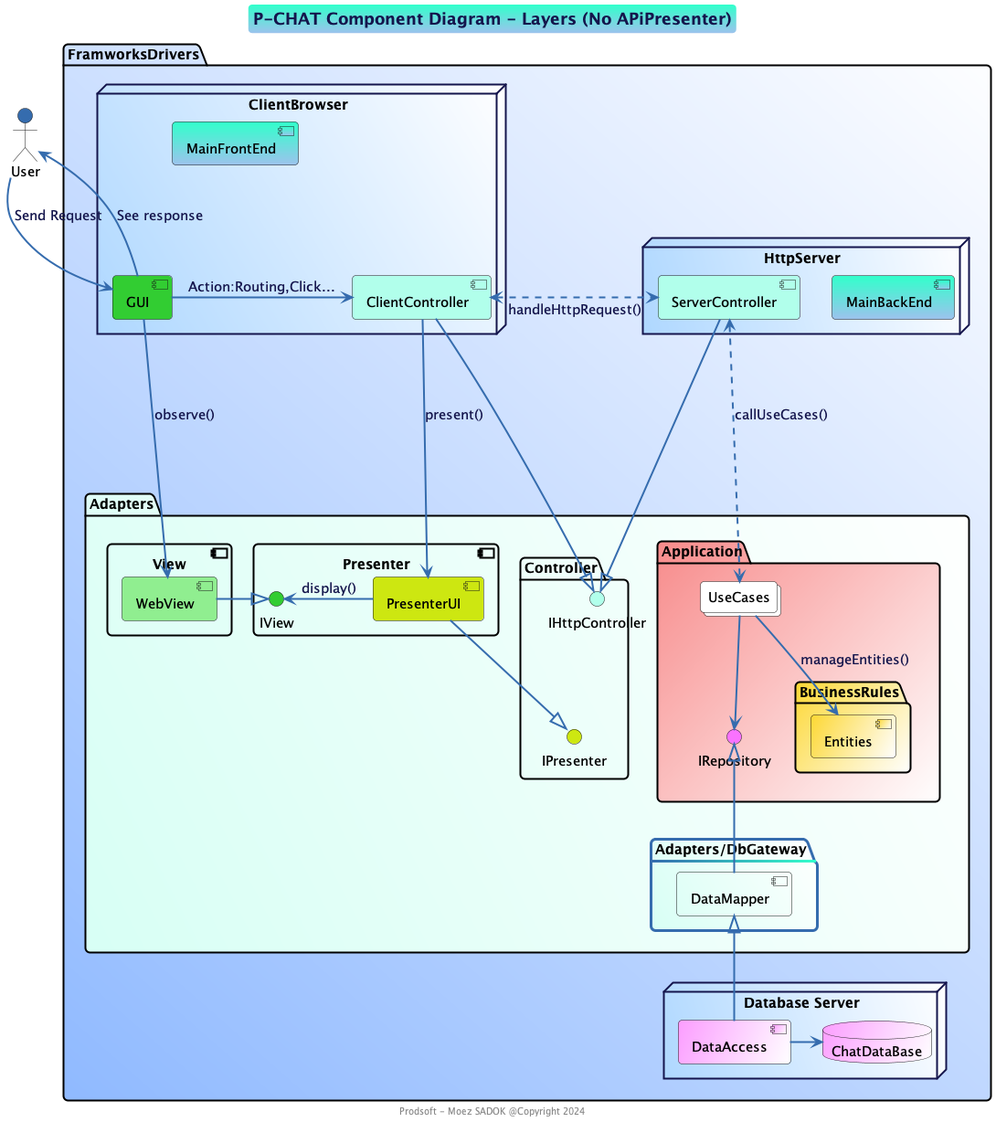
The PlantUML diagram out/docs/design/component-diagram-layers-no-api-presenter-no-notif/component-diagram-layers-no-api-presenter-no-notif.png in moez-sadok/chat-clean-architecture, before a commit.
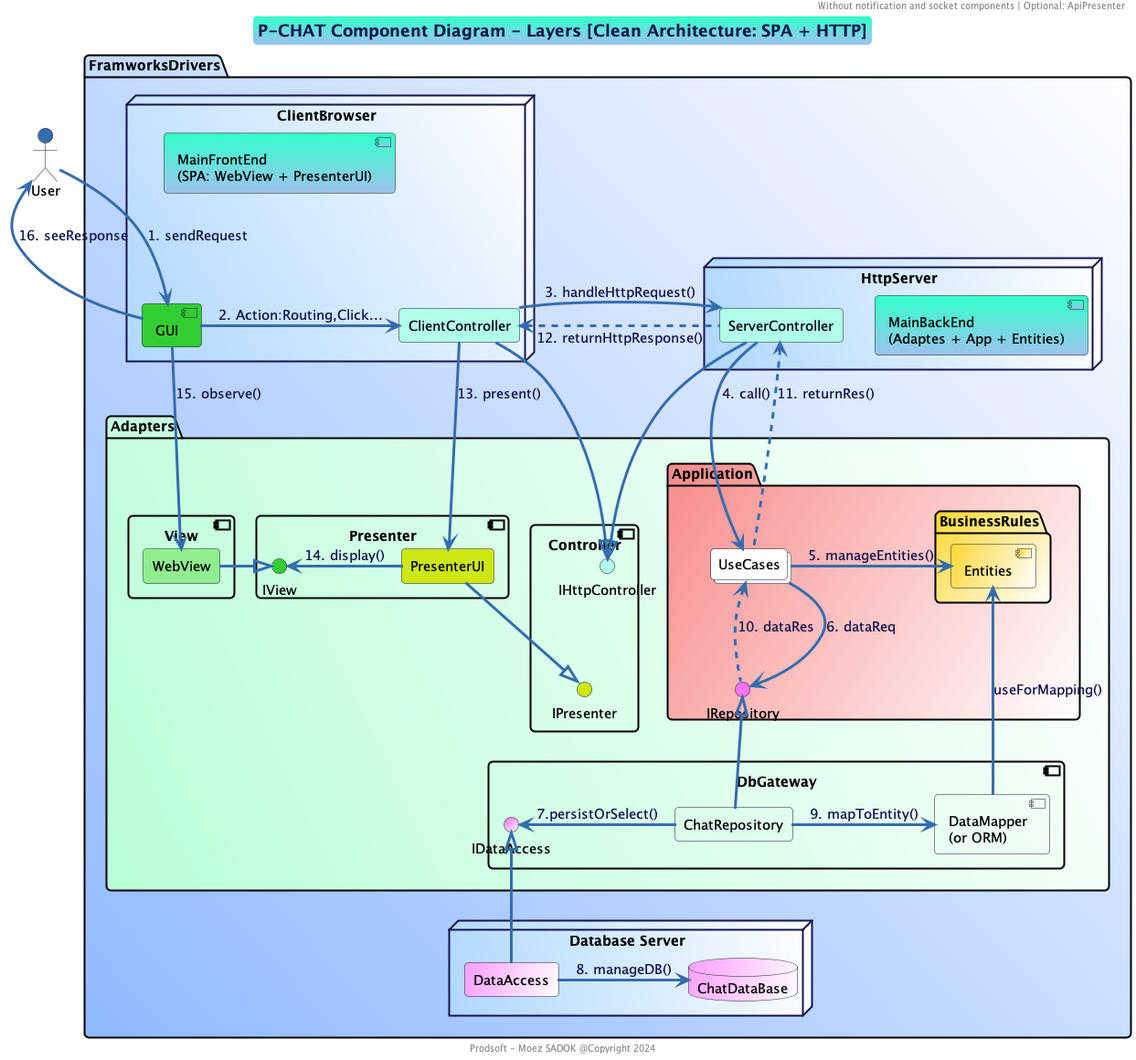
The same diagram one commit later.

Commit message:
[Docs] CA on spa and http v1

What changed in the source:
```diff
@@ -2,7 +2,8 @@
 
 !include prodsoft.wsd
 
-title P-CHAT Component Diagram - Layers (No APiPresenter)
+title P-CHAT Component Diagram - Layers [Clean Architecture: SPA + HTTP]
+header  Without notification and socket components | Optional: ApiPresenter
 footer Prodsoft - Moez SADOK @Copyright 2024
 
 actor User $SECONDARY
@@ -10,14 +11,14 @@
 package "FramworksDrivers" #90baff\White;line:Black;line.bold {
 
     node "ClientBrowser" #afd8ff\White  {
-        [MainFrontEnd]
-        [ClientController] $PRIMARY_LIGHT
+
+        component [MainFrontEnd\n(SPA: WebView + PresenterUI)] as MainFrontEnd
+        rectangle  ClientController $PRIMARY_LIGHT
         [GUI] #LimeGreen
         MainFrontEnd -[hidden]- GUI
-
     }
 
-    package "Adapters" #d8fff5\White;line:Black;line.bold {
+    package "Adapters" #baffd8\White;line:Black;line.bold {
 
         package "Application" #f88c8c/White;line:Black;line.bold {
             interface IRepository #fa72ff
@@ -29,60 +30,69 @@
 
         }
 
-        package "Adapters/DbGateway" #d8fff5\White {
-            [DataMapper] #transparent
+        component "DbGateway" #transparent;line:Black;line.bold {
+            interface IDataAccess #fa72ff/White
+            rectangle ChatRepository #transparent
+            rectangle [DataMapper\n(or ORM)] as DataMapper #transparent
         }
 
-        package Controller #transparent;line:Black;line.bold{
+        component Controller #transparent;line:Black;line.bold{
             interface IHttpController  $PRIMARY_LIGHT
             interface IPresenter #CDE711
         }
 
         component Presenter #transparent;line:Black;line.bold{
             interface IView #LimeGreen
-            [PresenterUI] #CDE711
+            rectangle PresenterUI #CDE711
         }
 
         component View #transparent;line:Black;line.bold{
-            [WebView] #LightGreen
+            rectangle  WebView #LightGreen
         }
     }
 
     node "HttpServer" #afd8ff\White {
-        [MainBackEnd]
-        [ServerController]  $PRIMARY_LIGHT
+         component [MainBackEnd\n(Adaptes + App + Entities)] as MainBackEnd
+        rectangle ServerController  $PRIMARY_LIGHT
     }
 
     node "Database Server" #afd8ff\White {
         database ChatDataBase #fc9eff/White
-        component DataAccess #fc9eff/White
+        rectangle DataAccess #fc9eff/White
     }
 
 }
 
+
 Application -left[hidden]- IHttpController
 
-User -right-> GUI : Send Request
-GUI -right-> ClientController : Action:Routing,Click...
-GUI -down-> WebView : observe()
+User -right-> GUI : 1. sendRequest
+GUI -right-> ClientController : 2. Action:Routing,Click...
+ClientController <.right. ServerController : 12. returnHttpResponse()
+ClientController -right-> ServerController : 3. handleHttpRequest()
+ServerController -down-> UseCases : 4. call()
+ServerController <.down. UseCases : 11. returnRes()
+UseCases -right-> Entities  : 5. manageEntities()
+
+GUI -down-> WebView : 15. observe()
 PresenterUI --|>  IPresenter
 WebView -right-|> IView
 ClientController -down-|>  IHttpController
 
-ClientController --> PresenterUI  : present()
-IView <-right- PresenterUI : display()
-GUI  -up-> User : See response
+ClientController --> PresenterUI  : 13. present()
+IView <-right- PresenterUI : 14. display()
+GUI  -up-> User : 16. seeResponse
 IPresenter  -up[hidden]- IHttpController
 
 ServerController -down-|>  IHttpController
 
-ClientController <.-right-.> ServerController : handleHttpRequest()
-ServerController <.--.> UseCases : callUseCases()
-Entities  <-up-  UseCases : manageEntities()
-
-IRepository <-up- UseCases
-DataMapper  -up-|>  IRepository
-DataAccess -up-|> DataMapper
-DataAccess -right-> ChatDataBase
+IRepository <-up- UseCases : 6. dataReq
+IRepository .up.> UseCases : 10. dataRes
+ChatRepository  -up-|>  IRepository
+ChatRepository -left-> IDataAccess : 7.persistOrSelect()
+ChatRepository -right-> DataMapper : 9. mapToEntity()
+DataAccess -up-|> IDataAccess
+DataAccess -right-> ChatDataBase : 8. manageDB()
+DataMapper -up-> Entities: useForMapping()
 
 @enduml
```
